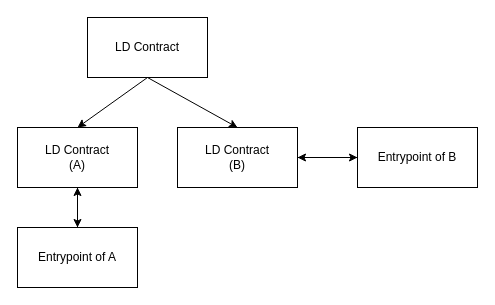
This is docs/drawio/DEBUGGERKIT_DESIGN.drawio from nekernel-org/necti, a draw.io file, before an edit. Source tidied: cells renumbered, new cells numbered last; positions are measured from the earlier drawing's top-left corner, leaving out a move shared by most shapes. Both pictures are drawn from the tidied source at 100%, with x=0, y=0 at pixel (17, 17).
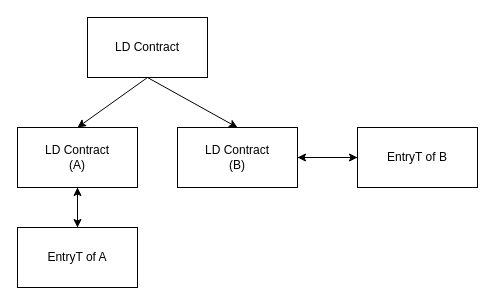
The same page after the edit.

What changed in the source:
```diff
@@
 <mxGraphModel>
   <root>
     <mxCell id="0" />
     <mxCell id="1" parent="0" />
     <mxCell id="2" style="edgeStyle=none;html=1;entryX=0.5;entryY=0;entryDx=0;entryDy=0;" parent="1" edge="1" target="8">
       <mxGeometry relative="1" as="geometry">
         <mxPoint x="130" y="60" as="sourcePoint" />
       </mxGeometry>
     </mxCell>
     <mxCell id="3" style="edgeStyle=none;html=1;exitX=0.5;exitY=1;exitDx=0;exitDy=0;entryX=0.5;entryY=0;entryDx=0;entryDy=0;" parent="1" edge="1" source="4" target="6">
       <mxGeometry relative="1" as="geometry" />
     </mxCell>
     <mxCell id="4" value="LD Contract" style="rounded=0;whiteSpace=wrap;html=1;" parent="1" vertex="1">
       <mxGeometry x="70" width="120" height="60" as="geometry" />
     </mxCell>
     <mxCell id="5" style="edgeStyle=none;html=1;entryX=0.5;entryY=0;entryDx=0;entryDy=0;" parent="1" edge="1" source="6" target="12">
       <mxGeometry relative="1" as="geometry" />
     </mxCell>
     <mxCell id="6" value="LD Contract&lt;div&gt;(A)&lt;/div&gt;" style="rounded=0;whiteSpace=wrap;html=1;" parent="1" vertex="1">
       <mxGeometry y="110" width="120" height="60" as="geometry" />
     </mxCell>
     <mxCell id="7" style="edgeStyle=none;html=1;" parent="1" edge="1" source="8" target="10">
       <mxGeometry relative="1" as="geometry" />
     </mxCell>
     <mxCell id="8" value="LD Contract&lt;div&gt;(B)&lt;/div&gt;" style="rounded=0;whiteSpace=wrap;html=1;" parent="1" vertex="1">
       <mxGeometry x="160" y="110" width="120" height="60" as="geometry" />
     </mxCell>
     <mxCell id="9" style="edgeStyle=none;html=1;entryX=1;entryY=0.5;entryDx=0;entryDy=0;" parent="1" edge="1" source="10" target="8">
       <mxGeometry relative="1" as="geometry" />
     </mxCell>
-    <mxCell id="10" value="Entrypoint of B" style="rounded=0;whiteSpace=wrap;html=1;" parent="1" vertex="1">
+    <mxCell id="10" value="EntryT of B" style="rounded=0;whiteSpace=wrap;html=1;" parent="1" vertex="1">
       <mxGeometry x="340" y="110" width="120" height="60" as="geometry" />
     </mxCell>
     <mxCell id="11" style="edgeStyle=none;html=1;" parent="1" edge="1" source="12">
       <mxGeometry relative="1" as="geometry">
         <mxPoint x="60" y="170" as="targetPoint" />
       </mxGeometry>
     </mxCell>
-    <mxCell id="12" value="Entrypoint of A" style="rounded=0;whiteSpace=wrap;html=1;" parent="1" vertex="1">
+    <mxCell id="12" value="EntryT of A" style="rounded=0;whiteSpace=wrap;html=1;" parent="1" vertex="1">
       <mxGeometry y="210" width="120" height="60" as="geometry" />
     </mxCell>
   </root>
 </mxGraphModel>
```
